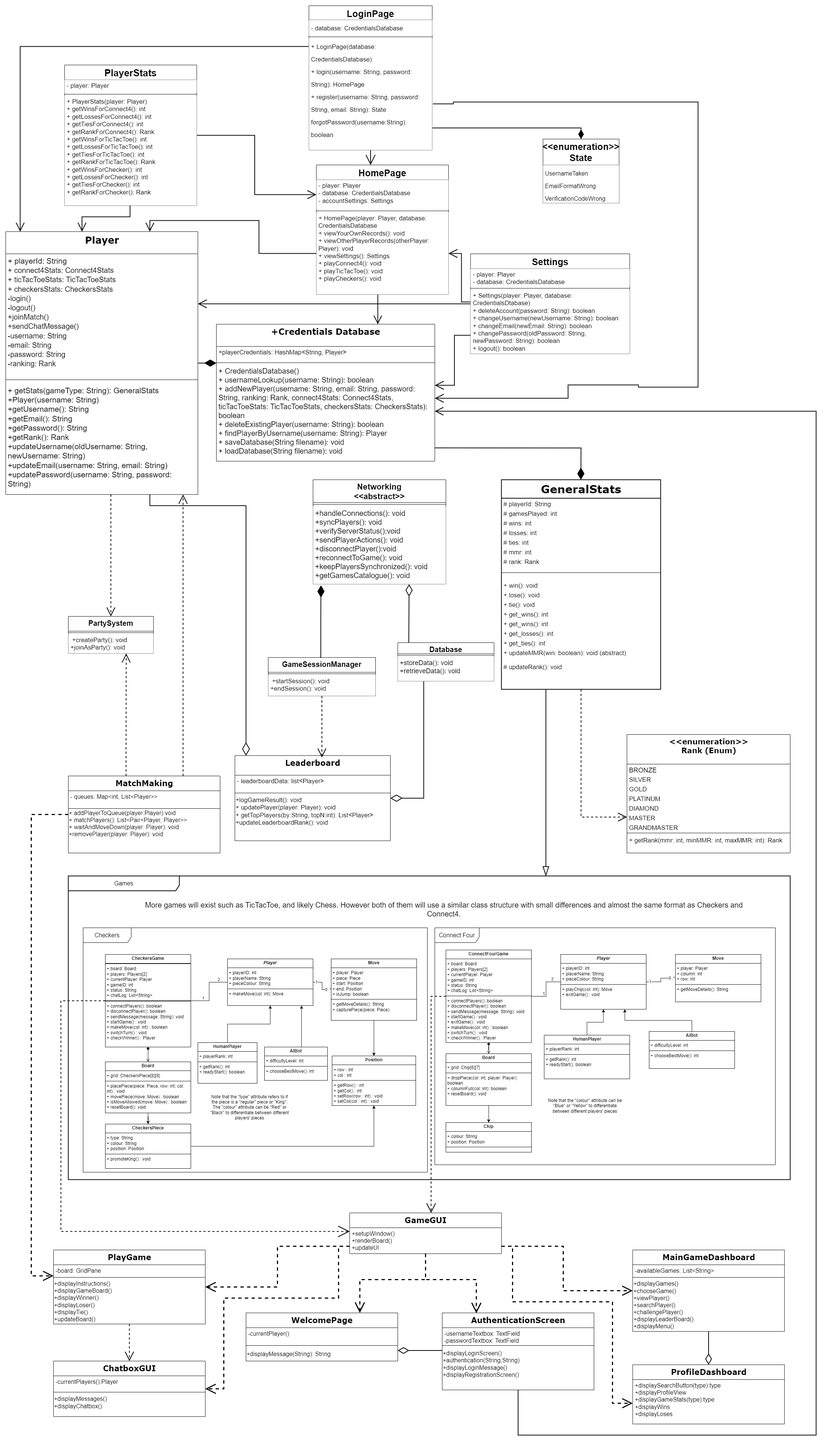
Before: Structure Diagram/class_diagram.png, a diagram exported from draw.io (farshadislam/Socketed-Multigame-GUI). Source tidied: cells renumbered, new cells last; positions are measured from the earlier drawing's top-left corner, leaving out a move shared by most shapes.
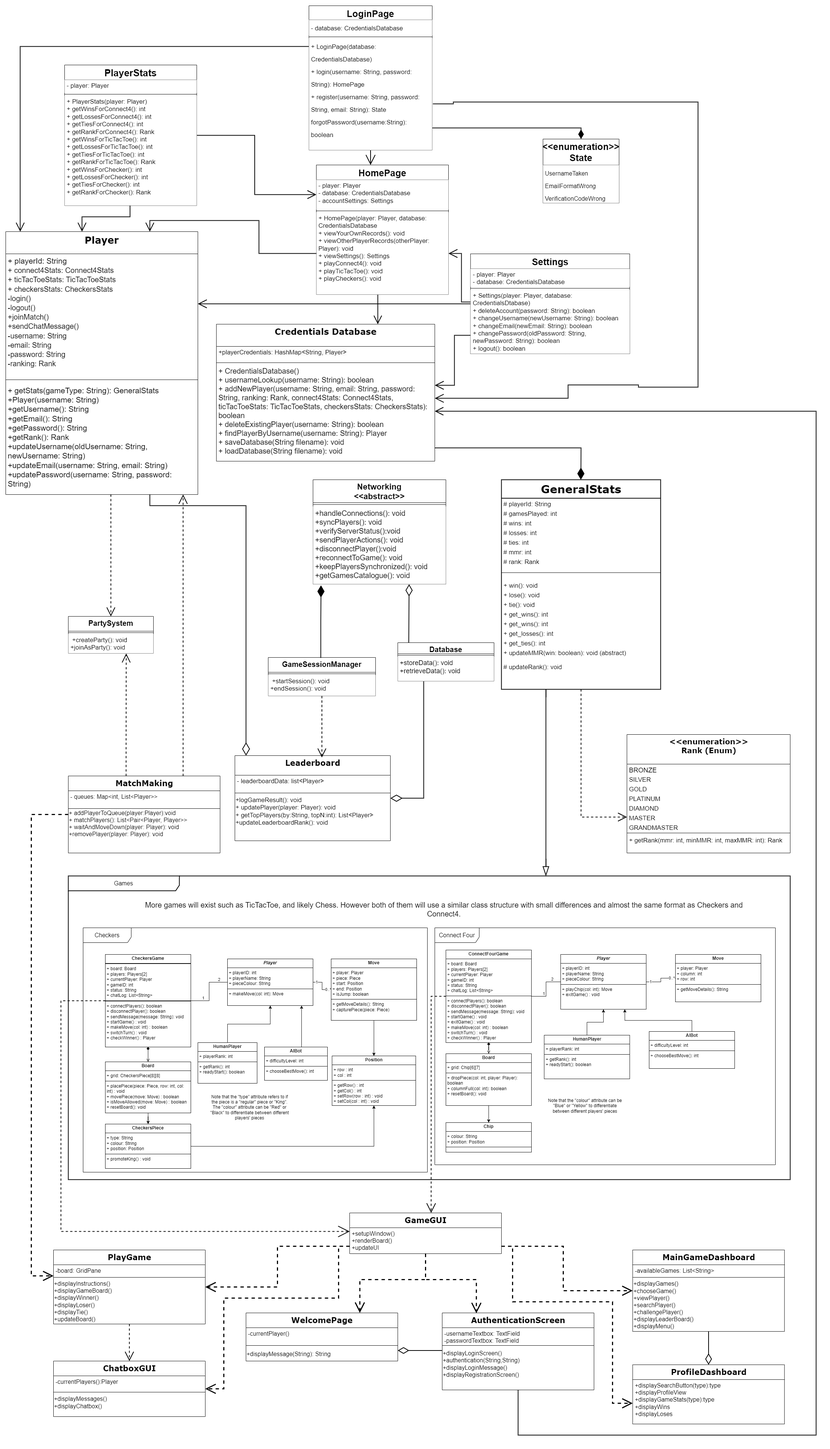
Later version of the same file.

Change to the diagram source:
```diff
@@ -677,18 +677,7 @@
         </Array>
       </mxGeometry>
     </mxCell>
-    <mxCell id="175" style="edgeStyle=orthogonalEdgeStyle;rounded=0;jettySize=auto;html=1;endArrow=diamondThin;endFill=1;endSize=27;strokeWidth=2;" parent="1" edge="1" source="68" target="176">
-      <mxGeometry relative="1" as="geometry">
-        <Array as="points">
-          <mxPoint x="569" y="1200" />
-          <mxPoint x="569" y="1220" />
-          <mxPoint x="648" y="1220" />
-          <mxPoint x="648" y="1230" />
-          <mxPoint x="864" y="1230" />
-        </Array>
-      </mxGeometry>
-    </mxCell>
-    <mxCell id="176" value="&lt;div style=&quot;text-align: left;&quot;&gt;+Credentials Database&lt;/div&gt;&lt;div&gt;&lt;/div&gt;" style="swimlane;html=1;fontStyle=1;align=center;verticalAlign=top;horizontal=1;startSize=60;swimlaneFillColor=#ffffff;rounded=0;shadow=0;comic=0;labelBackgroundColor=none;strokeWidth=1;fillColor=default;fontFamily=Verdana;fontSize=23;" parent="1" vertex="1">
+    <mxCell id="176" value="&lt;div style=&quot;text-align: left;&quot;&gt;Credentials Database&lt;/div&gt;&lt;div&gt;&lt;/div&gt;" style="swimlane;html=1;fontStyle=1;align=center;verticalAlign=top;horizontal=1;startSize=60;swimlaneFillColor=#ffffff;rounded=0;shadow=0;comic=0;labelBackgroundColor=none;strokeWidth=1;fillColor=default;fontFamily=Verdana;fontSize=23;" parent="1" vertex="1">
       <mxGeometry x="569" y="860" width="590" height="370" as="geometry" />
     </mxCell>
     <mxCell id="177" value="&lt;span style=&quot;color: rgb(0, 0, 0); font-family: Helvetica; font-style: normal; font-variant-ligatures: normal; font-variant-caps: normal; font-weight: 400; letter-spacing: normal; orphans: 2; text-align: center; text-indent: 0px; text-transform: none; widows: 2; word-spacing: 0px; -webkit-text-stroke-width: 0px; white-space: nowrap; background-color: rgb(251, 251, 251); text-decoration-thickness: initial; text-decoration-style: initial; text-decoration-color: initial; float: none; display: inline !important;&quot;&gt;+playerCredentials: HashMap&amp;lt;String, Player&amp;gt;&lt;/span&gt;" style="text;html=1;strokeColor=none;fillColor=none;align=left;verticalAlign=top;spacingLeft=4;spacingRight=4;whiteSpace=wrap;overflow=hidden;fontSize=17;" parent="176" vertex="1">
```
